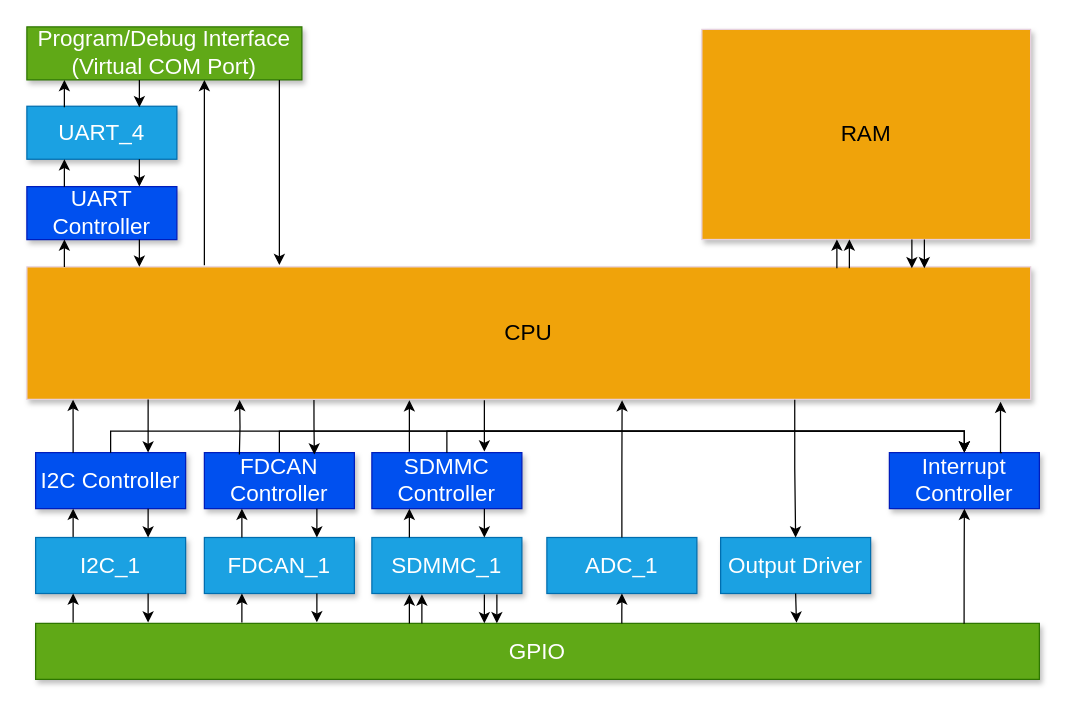
Before: processor/hardware.drawio in waterloo-rocketry/canhw, a draw.io diagram. Source tidied: cells renumbered, new cells numbered last; positions are measured from the earlier drawing's top-left corner, leaving out a move shared by most shapes. Both pictures are drawn from the tidied source at 125%, with x=0, y=0 at pixel (26, 26).
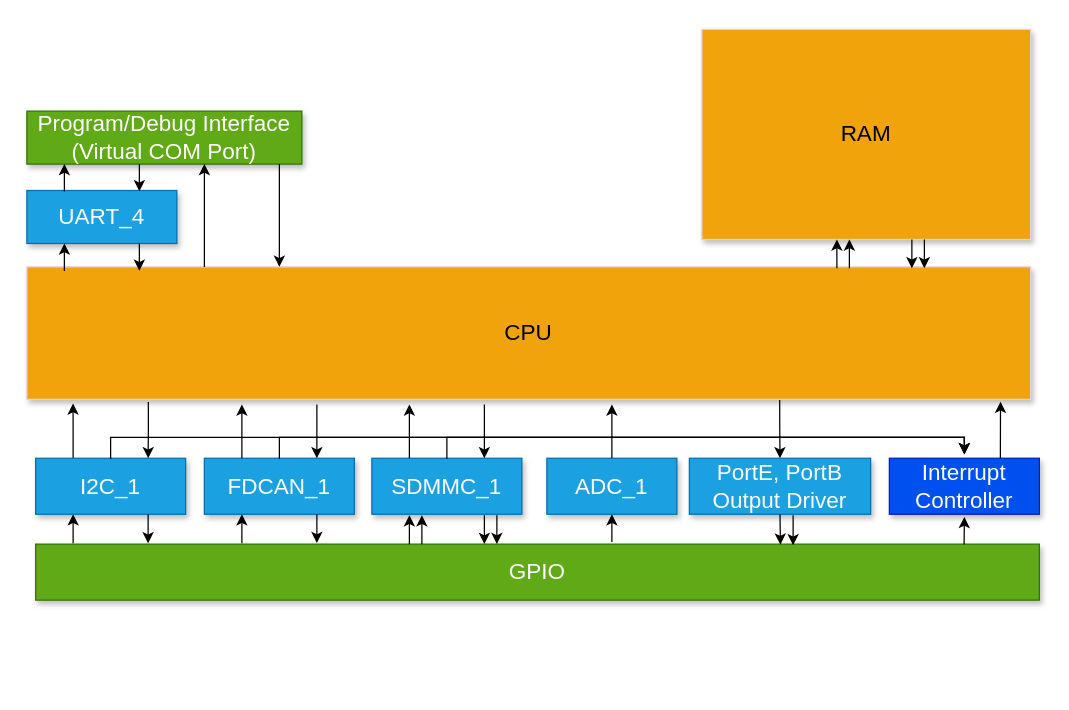
The same page after the edit.

Commit message:
fix blokc diagram

Unchanged cells that the change refers to:
```xml
<mxCell id="2" value="CPU" style="whiteSpace=wrap;html=1;shadow=1;fontSize=18;fillColor=#f0a30a;strokeColor=#E6D0DE;fontColor=#000000;" parent="1" vertex="1">
  <mxGeometry y="192" width="803" height="106" as="geometry" />
</mxCell>
```

The edit, as a diff of the source:
```diff
@@
+    <mxCell id="62" style="edgeStyle=orthogonalEdgeStyle;rounded=0;jettySize=auto;html=1;exitX=0.75;exitY=1;exitDx=0;exitDy=0;entryX=0.5;entryY=0;entryDx=0;entryDy=0;" parent="1" edge="1" source="2" target="30">
+      <mxGeometry relative="1" as="geometry" />
+    </mxCell>
@@
     <mxCell id="3" value="UART_4" style="whiteSpace=wrap;html=1;shadow=1;fontSize=18;fillColor=#1ba1e2;strokeColor=#006EAF;fontColor=#ffffff;" parent="1" vertex="1">
-      <mxGeometry y="63.5" width="120" height="42.4" as="geometry" />
+      <mxGeometry y="130.9" width="120" height="42.4" as="geometry" />
     </mxCell>
-    <mxCell id="4" value="UART Controller" style="whiteSpace=wrap;html=1;shadow=1;fontSize=18;fillColor=#0050ef;strokeColor=#001DBC;fontColor=#ffffff;" parent="1" vertex="1">
-      <mxGeometry y="127.8" width="120" height="42.4" as="geometry" />
-    </mxCell>
     <mxCell id="5" style="group;" parent="1" vertex="1">
-      <mxGeometry x="30" y="105.9" width="60" height="21.9" as="geometry" />
+      <mxGeometry x="30" y="173.3" width="60" height="21.9" as="geometry" />
     </mxCell>
@@
-    <mxCell id="8" style="group;" parent="1" vertex="1">
-      <mxGeometry x="30" y="170.1" width="60" height="21.9" as="geometry" />
-    </mxCell>
-    <mxCell id="9" style="edgeStyle=orthogonalEdgeStyle;rounded=0;orthogonalLoop=1;jettySize=auto;html=1;exitX=0.75;exitY=1;exitDx=0;exitDy=0;entryX=0.75;entryY=0;entryDx=0;entryDy=0;" parent="8" edge="1">
-      <mxGeometry relative="1" as="geometry">
-        <mxPoint x="60" as="sourcePoint" />
-        <mxPoint x="60" y="21.9" as="targetPoint" />
-      </mxGeometry>
-    </mxCell>
-    <mxCell id="10" style="edgeStyle=orthogonalEdgeStyle;rounded=0;orthogonalLoop=1;jettySize=auto;html=1;exitX=0.25;exitY=0;exitDx=0;exitDy=0;entryX=0.25;entryY=1;entryDx=0;entryDy=0;" parent="8" edge="1">
-      <mxGeometry relative="1" as="geometry">
-        <mxPoint y="21.9" as="sourcePoint" />
-        <mxPoint as="targetPoint" />
-      </mxGeometry>
-    </mxCell>
     <mxCell id="11" value="Program/Debug Interface (Virtual COM Port)" style="whiteSpace=wrap;html=1;shadow=1;fontSize=18;fillColor=#60a917;strokeColor=#2D7600;fontColor=#ffffff;" parent="1" vertex="1">
-      <mxGeometry width="220" height="42.4" as="geometry" />
+      <mxGeometry y="67.4" width="220" height="42.4" as="geometry" />
     </mxCell>
     <mxCell id="12" style="group;" parent="1" vertex="1">
-      <mxGeometry x="30" y="42.4" width="60" height="21.9" as="geometry" />
+      <mxGeometry x="30" y="109.7" width="60" height="21.9" as="geometry" />
     </mxCell>
@@
     <mxCell id="15" style="group;" parent="1" vertex="1">
-      <mxGeometry x="142" y="42.4" width="60" height="148.2" as="geometry" />
+      <mxGeometry x="142" y="109.7" width="60" height="82.3" as="geometry" />
     </mxCell>
     <mxCell id="16" style="edgeStyle=orthogonalEdgeStyle;rounded=0;orthogonalLoop=1;jettySize=auto;html=1;exitX=0.75;exitY=1;exitDx=0;exitDy=0;entryX=0.75;entryY=0;entryDx=0;entryDy=0;" parent="15" edge="1">
       <mxGeometry relative="1" as="geometry">
         <mxPoint x="60" as="sourcePoint" />
-        <mxPoint x="60" y="148.2" as="targetPoint" />
+        <mxPoint x="60" y="82.3" as="targetPoint" />
       </mxGeometry>
     </mxCell>
     <mxCell id="17" style="edgeStyle=orthogonalEdgeStyle;rounded=0;orthogonalLoop=1;jettySize=auto;html=1;exitX=0.25;exitY=0;exitDx=0;exitDy=0;entryX=0.25;entryY=1;entryDx=0;entryDy=0;" parent="15" edge="1">
       <mxGeometry relative="1" as="geometry">
-        <mxPoint y="148.2" as="sourcePoint" />
+        <mxPoint y="82.3" as="sourcePoint" />
         <mxPoint as="targetPoint" />
       </mxGeometry>
     </mxCell>
-    <mxCell id="18" value="I2C Controller" style="whiteSpace=wrap;html=1;shadow=1;fontSize=18;fillColor=#0050ef;strokeColor=#001DBC;fontColor=#ffffff;" parent="1" vertex="1">
-      <mxGeometry x="7" y="340.6" width="120" height="44.8" as="geometry" />
-    </mxCell>
-    <mxCell id="19" style="edgeStyle=orthogonalEdgeStyle;rounded=0;jettySize=auto;html=1;exitX=0.25;exitY=0;exitDx=0;exitDy=0;entryX=0.25;entryY=1;entryDx=0;entryDy=0;" parent="1" edge="1" source="20" target="18">
+    <mxCell id="19" style="edgeStyle=orthogonalEdgeStyle;rounded=0;jettySize=auto;html=1;exitX=0.25;exitY=0;exitDx=0;exitDy=0;entryX=0.046;entryY=1.031;entryDx=0;entryDy=0;entryPerimeter=0;" parent="1" edge="1" source="20" target="2">
       <mxGeometry relative="1" as="geometry" />
     </mxCell>
     <mxCell id="20" value="I2C_1" style="whiteSpace=wrap;html=1;shadow=1;fontSize=18;fillColor=#1ba1e2;strokeColor=#006EAF;fontColor=#ffffff;" parent="1" vertex="1">
-      <mxGeometry x="7" y="408.5" width="120" height="44.8" as="geometry" />
+      <mxGeometry x="7" y="345.1" width="120" height="44.8" as="geometry" />
     </mxCell>
-    <mxCell id="21" style="edgeStyle=orthogonalEdgeStyle;rounded=0;jettySize=auto;html=1;exitX=0.75;exitY=1;exitDx=0;exitDy=0;entryX=0.75;entryY=0;entryDx=0;entryDy=0;" parent="1" edge="1" source="18" target="20">
+    <mxCell id="21" style="edgeStyle=orthogonalEdgeStyle;rounded=0;jettySize=auto;html=1;exitX=0.121;exitY=1.02;exitDx=0;exitDy=0;entryX=0.75;entryY=0;entryDx=0;entryDy=0;exitPerimeter=0;" parent="1" edge="1" source="2" target="20">
       <mxGeometry relative="1" as="geometry" />
     </mxCell>
-    <mxCell id="22" value="FDCAN Controller" style="whiteSpace=wrap;html=1;shadow=1;fontSize=18;fillColor=#0050ef;strokeColor=#001DBC;fontColor=#ffffff;" parent="1" vertex="1">
-      <mxGeometry x="142" y="340.6" width="120" height="44.8" as="geometry" />
-    </mxCell>
     <mxCell id="23" value="FDCAN_1" style="whiteSpace=wrap;html=1;shadow=1;fontSize=18;fillColor=#1ba1e2;strokeColor=#006EAF;fontColor=#ffffff;" parent="1" vertex="1">
-      <mxGeometry x="142" y="408.5" width="120" height="44.8" as="geometry" />
+      <mxGeometry x="142" y="345.1" width="120" height="44.8" as="geometry" />
     </mxCell>
     <mxCell id="24" value="GPIO" style="whiteSpace=wrap;html=1;shadow=1;fontSize=18;fillColor=#60a917;strokeColor=#2D7600;fontColor=#ffffff;" parent="1" vertex="1">
-      <mxGeometry x="7" y="477.2" width="803" height="44.8" as="geometry" />
+      <mxGeometry x="7" y="413.8" width="803" height="44.8" as="geometry" />
     </mxCell>
-    <mxCell id="25" value="SDMMC Controller" style="whiteSpace=wrap;html=1;shadow=1;fontSize=18;fillColor=#0050ef;strokeColor=#001DBC;fontColor=#ffffff;" parent="1" vertex="1">
-      <mxGeometry x="276" y="340.6" width="120" height="44.8" as="geometry" />
-    </mxCell>
     <mxCell id="26" value="SDMMC_1" style="whiteSpace=wrap;html=1;shadow=1;fontSize=18;fillColor=#1ba1e2;strokeColor=#006EAF;fontColor=#ffffff;" parent="1" vertex="1">
-      <mxGeometry x="276" y="408.5" width="120" height="44.8" as="geometry" />
+      <mxGeometry x="276" y="345.1" width="120" height="44.8" as="geometry" />
     </mxCell>
     <mxCell id="27" value="ADC_1" style="whiteSpace=wrap;html=1;shadow=1;fontSize=18;fillColor=#1ba1e2;strokeColor=#006EAF;fontColor=#ffffff;" parent="1" vertex="1">
-      <mxGeometry x="416" y="408.5" width="120" height="44.8" as="geometry" />
+      <mxGeometry x="416" y="345.1" width="104" height="44.8" as="geometry" />
     </mxCell>
-    <mxCell id="28" style="edgeStyle=orthogonalEdgeStyle;rounded=0;jettySize=auto;html=1;exitX=0.25;exitY=0;exitDx=0;exitDy=0;entryX=0.046;entryY=1.002;entryDx=0;entryDy=0;entryPerimeter=0;" parent="1" edge="1" source="18" target="2">
-      <mxGeometry relative="1" as="geometry" />
-    </mxCell>
-    <mxCell id="29" style="edgeStyle=orthogonalEdgeStyle;rounded=0;jettySize=auto;html=1;entryX=0.75;entryY=0;entryDx=0;entryDy=0;" parent="1" edge="1" target="18">
-      <mxGeometry relative="1" as="geometry">
-        <mxPoint x="97" y="301" as="sourcePoint" />
-        <Array as="points">
-          <mxPoint x="97" y="298" />
-        </Array>
-      </mxGeometry>
-    </mxCell>
-    <mxCell id="30" value="Output Driver" style="whiteSpace=wrap;html=1;shadow=1;fontSize=18;fillColor=#1ba1e2;strokeColor=#006EAF;fontColor=#ffffff;" parent="1" vertex="1">
-      <mxGeometry x="555" y="408.5" width="120" height="44.8" as="geometry" />
+    <mxCell id="30" value="PortE, PortB Output Driver" style="whiteSpace=wrap;html=1;shadow=1;fontSize=18;fillColor=#1ba1e2;strokeColor=#006EAF;fontColor=#ffffff;" parent="1" vertex="1">
+      <mxGeometry x="530" y="345.1" width="145" height="44.8" as="geometry" />
     </mxCell>
     <mxCell id="31" style="edgeStyle=orthogonalEdgeStyle;rounded=0;orthogonalLoop=1;jettySize=auto;html=1;exitX=0.75;exitY=1;exitDx=0;exitDy=0;entryX=0.75;entryY=0;entryDx=0;entryDy=0;" parent="1" edge="1">
       <mxGeometry relative="1" as="geometry">
-        <mxPoint x="97" y="453.3" as="sourcePoint" />
-        <mxPoint x="97" y="476.5" as="targetPoint" />
+        <mxPoint x="97" y="389.9" as="sourcePoint" />
+        <mxPoint x="97" y="413.1" as="targetPoint" />
       </mxGeometry>
     </mxCell>
     <mxCell id="32" style="edgeStyle=orthogonalEdgeStyle;rounded=0;orthogonalLoop=1;jettySize=auto;html=1;exitX=0.25;exitY=0;exitDx=0;exitDy=0;entryX=0.25;entryY=1;entryDx=0;entryDy=0;" parent="1" edge="1">
       <mxGeometry relative="1" as="geometry">
-        <mxPoint x="37" y="476.5" as="sourcePoint" />
-        <mxPoint x="37" y="453.3" as="targetPoint" />
+        <mxPoint x="37" y="413.1" as="sourcePoint" />
+        <mxPoint x="37" y="389.9" as="targetPoint" />
       </mxGeometry>
     </mxCell>
     <mxCell id="33" style="group;" parent="1" vertex="1">
-      <mxGeometry x="172" y="385.4" width="60" height="23.1" as="geometry" />
+      <mxGeometry x="172" y="302" width="60" height="43.1" as="geometry" />
     </mxCell>
     <mxCell id="34" style="edgeStyle=orthogonalEdgeStyle;rounded=0;orthogonalLoop=1;jettySize=auto;html=1;exitX=0.75;exitY=1;exitDx=0;exitDy=0;entryX=0.75;entryY=0;entryDx=0;entryDy=0;" parent="33" edge="1">
       <mxGeometry relative="1" as="geometry">
         <mxPoint x="60" as="sourcePoint" />
-        <mxPoint x="60" y="23.1" as="targetPoint" />
+        <mxPoint x="60" y="43.1" as="targetPoint" />
       </mxGeometry>
     </mxCell>
     <mxCell id="35" style="edgeStyle=orthogonalEdgeStyle;rounded=0;orthogonalLoop=1;jettySize=auto;html=1;exitX=0.25;exitY=0;exitDx=0;exitDy=0;entryX=0.25;entryY=1;entryDx=0;entryDy=0;" parent="33" edge="1">
       <mxGeometry relative="1" as="geometry">
-        <mxPoint y="23.1" as="sourcePoint" />
+        <mxPoint y="43.1" as="sourcePoint" />
         <mxPoint as="targetPoint" />
       </mxGeometry>
     </mxCell>
     <mxCell id="36" style="group;" parent="1" vertex="1">
-      <mxGeometry x="172" y="453.3" width="60" height="23.1" as="geometry" />
+      <mxGeometry x="172" y="389.9" width="60" height="23.1" as="geometry" />
     </mxCell>
@@
     <mxCell id="39" style="group;" parent="1" vertex="1">
-      <mxGeometry x="306" y="385.4" width="60" height="23.1" as="geometry" />
+      <mxGeometry x="306" y="302" width="60" height="43.1" as="geometry" />
     </mxCell>
     <mxCell id="40" style="edgeStyle=orthogonalEdgeStyle;rounded=0;orthogonalLoop=1;jettySize=auto;html=1;exitX=0.75;exitY=1;exitDx=0;exitDy=0;entryX=0.75;entryY=0;entryDx=0;entryDy=0;" parent="39" edge="1">
       <mxGeometry relative="1" as="geometry">
         <mxPoint x="60" as="sourcePoint" />
-        <mxPoint x="60" y="23.1" as="targetPoint" />
+        <mxPoint x="60" y="43.1" as="targetPoint" />
       </mxGeometry>
     </mxCell>
     <mxCell id="41" style="edgeStyle=orthogonalEdgeStyle;rounded=0;orthogonalLoop=1;jettySize=auto;html=1;exitX=0.25;exitY=0;exitDx=0;exitDy=0;entryX=0.25;entryY=1;entryDx=0;entryDy=0;" parent="39" edge="1">
       <mxGeometry relative="1" as="geometry">
-        <mxPoint y="23.1" as="sourcePoint" />
+        <mxPoint y="43.1" as="sourcePoint" />
         <mxPoint as="targetPoint" />
       </mxGeometry>
     </mxCell>
     <mxCell id="42" style="group;" parent="1" vertex="1">
-      <mxGeometry x="306" y="454.1" width="70" height="23.1" as="geometry" />
+      <mxGeometry x="306" y="390.7" width="70" height="23.1" as="geometry" />
     </mxCell>
@@
     <mxCell id="48" value="Interrupt Controller" style="whiteSpace=wrap;html=1;shadow=1;fontSize=18;fillColor=#0050ef;strokeColor=#001DBC;fontColor=#ffffff;" parent="1" vertex="1">
-      <mxGeometry x="690" y="340.6" width="120" height="44.8" as="geometry" />
+      <mxGeometry x="690" y="345.1" width="120" height="44.8" as="geometry" />
     </mxCell>
-    <mxCell id="49" style="edgeStyle=orthogonalEdgeStyle;rounded=0;jettySize=auto;html=1;exitX=0.5;exitY=0;exitDx=0;exitDy=0;entryX=0.5;entryY=0;entryDx=0;entryDy=0;" parent="1" edge="1" source="18" target="48">
+    <mxCell id="49" style="edgeStyle=orthogonalEdgeStyle;rounded=0;orthogonalLoop=1;jettySize=auto;html=1;exitX=0.5;exitY=0;exitDx=0;exitDy=0;" parent="1" edge="1">
       <mxGeometry relative="1" as="geometry">
+        <mxPoint x="67" y="345.6" as="sourcePoint" />
+        <mxPoint x="750" y="342" as="targetPoint" />
         <Array as="points">
-          <mxPoint x="67" y="323.4" />
-          <mxPoint x="750" y="323.4" />
+          <mxPoint x="67" y="328.4" />
+          <mxPoint x="750" y="328.4" />
         </Array>
       </mxGeometry>
     </mxCell>
-    <mxCell id="50" style="edgeStyle=orthogonalEdgeStyle;rounded=0;jettySize=auto;html=1;exitX=0.925;exitY=0.006;exitDx=0;exitDy=0;entryX=0.5;entryY=1;entryDx=0;entryDy=0;exitPerimeter=0;" parent="1" edge="1" source="24" target="48">
-      <mxGeometry relative="1" as="geometry" />
+    <mxCell id="50" style="edgeStyle=orthogonalEdgeStyle;rounded=0;jettySize=auto;html=1;exitX=0.925;exitY=0.006;exitDx=0;exitDy=0;exitPerimeter=0;" parent="1" edge="1" source="24">
+      <mxGeometry relative="1" as="geometry">
+        <mxPoint x="750" y="392" as="targetPoint" />
+      </mxGeometry>
     </mxCell>
-    <mxCell id="51" style="group;" parent="1" vertex="1">
-      <mxGeometry x="170" y="301" width="60" height="41.1" as="geometry" />
-    </mxCell>
-    <mxCell id="52" style="edgeStyle=orthogonalEdgeStyle;rounded=0;jettySize=auto;html=1;exitX=0.286;exitY=1.005;exitDx=0;exitDy=0;entryX=0.75;entryY=0;entryDx=0;entryDy=0;exitPerimeter=0;" parent="51" edge="1" source="2">
-      <mxGeometry relative="1" as="geometry">
-        <mxPoint x="60" y="41.1" as="targetPoint" />
-      </mxGeometry>
-    </mxCell>
-    <mxCell id="53" style="edgeStyle=orthogonalEdgeStyle;rounded=0;jettySize=auto;html=1;exitX=0.25;exitY=0;exitDx=0;exitDy=0;entryX=0.212;entryY=1.005;entryDx=0;entryDy=0;entryPerimeter=0;" parent="51" edge="1" target="2">
-      <mxGeometry relative="1" as="geometry">
-        <mxPoint y="41.1" as="sourcePoint" />
-      </mxGeometry>
-    </mxCell>
-    <mxCell id="54" style="group;" parent="1" vertex="1">
-      <mxGeometry x="306" y="298.7" width="60" height="41.1" as="geometry" />
-    </mxCell>
-    <mxCell id="55" style="edgeStyle=orthogonalEdgeStyle;rounded=0;orthogonalLoop=1;jettySize=auto;html=1;exitX=0.286;exitY=1.005;exitDx=0;exitDy=0;entryX=0.75;entryY=0;entryDx=0;entryDy=0;exitPerimeter=0;" parent="54" edge="1">
-      <mxGeometry relative="1" as="geometry">
-        <mxPoint x="60" as="sourcePoint" />
-        <mxPoint x="60" y="41.1" as="targetPoint" />
-      </mxGeometry>
-    </mxCell>
-    <mxCell id="56" style="edgeStyle=orthogonalEdgeStyle;rounded=0;orthogonalLoop=1;jettySize=auto;html=1;exitX=0.25;exitY=0;exitDx=0;exitDy=0;entryX=0.212;entryY=1.005;entryDx=0;entryDy=0;entryPerimeter=0;" parent="54" edge="1">
-      <mxGeometry relative="1" as="geometry">
-        <mxPoint y="41.1" as="sourcePoint" />
-        <mxPoint as="targetPoint" />
-      </mxGeometry>
-    </mxCell>
-    <mxCell id="57" style="edgeStyle=orthogonalEdgeStyle;rounded=0;jettySize=auto;html=1;exitX=0.5;exitY=0;exitDx=0;exitDy=0;entryX=0.5;entryY=0;entryDx=0;entryDy=0;" parent="1" edge="1" source="22" target="48">
+    <mxCell id="57" style="edgeStyle=orthogonalEdgeStyle;rounded=0;orthogonalLoop=1;jettySize=auto;html=1;exitX=0.5;exitY=0;exitDx=0;exitDy=0;" parent="1" edge="1">
       <mxGeometry relative="1" as="geometry">
+        <mxPoint x="202" y="345.6" as="sourcePoint" />
+        <mxPoint x="750" y="342" as="targetPoint" />
         <Array as="points">
-          <mxPoint x="202" y="323.4" />
-          <mxPoint x="750" y="323.4" />
+          <mxPoint x="202" y="328.4" />
+          <mxPoint x="750" y="328.4" />
         </Array>
       </mxGeometry>
     </mxCell>
-    <mxCell id="58" style="edgeStyle=orthogonalEdgeStyle;rounded=0;jettySize=auto;html=1;exitX=0.584;exitY=0.001;exitDx=0;exitDy=0;entryX=0.5;entryY=1;entryDx=0;entryDy=0;exitPerimeter=0;" parent="1" edge="1" source="24" target="27">
-      <mxGeometry relative="1" as="geometry" />
+    <mxCell id="58" style="edgeStyle=orthogonalEdgeStyle;rounded=0;jettySize=auto;html=1;entryX=0.5;entryY=1;entryDx=0;entryDy=0;" parent="1" edge="1" target="27">
+      <mxGeometry relative="1" as="geometry">
+        <mxPoint x="468" y="412" as="sourcePoint" />
+      </mxGeometry>
     </mxCell>
-    <mxCell id="59" style="edgeStyle=orthogonalEdgeStyle;rounded=0;jettySize=auto;html=1;exitX=0.5;exitY=0;exitDx=0;exitDy=0;entryX=0.593;entryY=1.007;entryDx=0;entryDy=0;entryPerimeter=0;" parent="1" edge="1" source="27" target="2">
-      <mxGeometry relative="1" as="geometry" />
+    <mxCell id="59" style="edgeStyle=orthogonalEdgeStyle;rounded=0;jettySize=auto;html=1;exitX=0.5;exitY=0;exitDx=0;exitDy=0;" parent="1" edge="1" source="27">
+      <mxGeometry relative="1" as="geometry">
+        <mxPoint x="468" y="302" as="targetPoint" />
+      </mxGeometry>
     </mxCell>
-    <mxCell id="60" style="edgeStyle=orthogonalEdgeStyle;rounded=0;jettySize=auto;html=1;exitX=0.5;exitY=0;exitDx=0;exitDy=0;entryX=0.5;entryY=0;entryDx=0;entryDy=0;" parent="1" edge="1" source="25" target="48">
+    <mxCell id="60" style="edgeStyle=orthogonalEdgeStyle;rounded=0;orthogonalLoop=1;jettySize=auto;html=1;exitX=0.5;exitY=0;exitDx=0;exitDy=0;" parent="1" edge="1">
       <mxGeometry relative="1" as="geometry">
+        <mxPoint x="336" y="345.6" as="sourcePoint" />
+        <mxPoint x="750" y="342" as="targetPoint" />
         <Array as="points">
-          <mxPoint x="336" y="323.4" />
-          <mxPoint x="750" y="323.4" />
+          <mxPoint x="336" y="328.4" />
+          <mxPoint x="750" y="328.4" />
         </Array>
       </mxGeometry>
     </mxCell>
-    <mxCell id="61" style="edgeStyle=orthogonalEdgeStyle;rounded=0;jettySize=auto;html=1;exitX=0.5;exitY=1;exitDx=0;exitDy=0;entryX=0.758;entryY=-0.013;entryDx=0;entryDy=0;entryPerimeter=0;" parent="1" edge="1" source="30" target="24">
-      <mxGeometry relative="1" as="geometry" />
-    </mxCell>
-    <mxCell id="62" style="edgeStyle=orthogonalEdgeStyle;rounded=0;jettySize=auto;html=1;exitX=0.765;exitY=1.003;exitDx=0;exitDy=0;entryX=0.5;entryY=0;entryDx=0;entryDy=0;exitPerimeter=0;" parent="1" edge="1" source="2" target="30">
-      <mxGeometry relative="1" as="geometry" />
-    </mxCell>
-    <mxCell id="63" style="edgeStyle=orthogonalEdgeStyle;rounded=0;jettySize=auto;html=1;exitX=0.75;exitY=0;exitDx=0;exitDy=0;entryX=0.97;entryY=1.017;entryDx=0;entryDy=0;entryPerimeter=0;" parent="1" edge="1" source="48" target="2">
+    <mxCell id="63" style="edgeStyle=orthogonalEdgeStyle;rounded=0;jettySize=auto;html=1;exitX=0.74;exitY=-0.003;exitDx=0;exitDy=0;entryX=0.97;entryY=1.017;entryDx=0;entryDy=0;entryPerimeter=0;exitPerimeter=0;" parent="1" edge="1" source="48" target="2">
       <mxGeometry relative="1" as="geometry">
         <Array as="points">
-          <mxPoint x="779" y="340.6" />
+          <mxPoint x="779" y="341" />
         </Array>
       </mxGeometry>
     </mxCell>
@@
+    <mxCell id="61" style="edgeStyle=orthogonalEdgeStyle;rounded=0;jettySize=auto;html=1;exitX=0.5;exitY=1;exitDx=0;exitDy=0;entryX=0.742;entryY=0.009;entryDx=0;entryDy=0;entryPerimeter=0;" parent="1" edge="1" source="30" target="24">
+      <mxGeometry relative="1" as="geometry" />
+    </mxCell>
+    <mxCell id="72" style="edgeStyle=orthogonalEdgeStyle;rounded=0;orthogonalLoop=1;jettySize=auto;html=1;exitX=0.5;exitY=1;exitDx=0;exitDy=0;entryX=0.742;entryY=0.009;entryDx=0;entryDy=0;entryPerimeter=0;" parent="1" edge="1">
+      <mxGeometry relative="1" as="geometry">
+        <mxPoint x="613" y="390.7" as="sourcePoint" />
+        <mxPoint x="613" y="414.7" as="targetPoint" />
+      </mxGeometry>
+    </mxCell>
```
